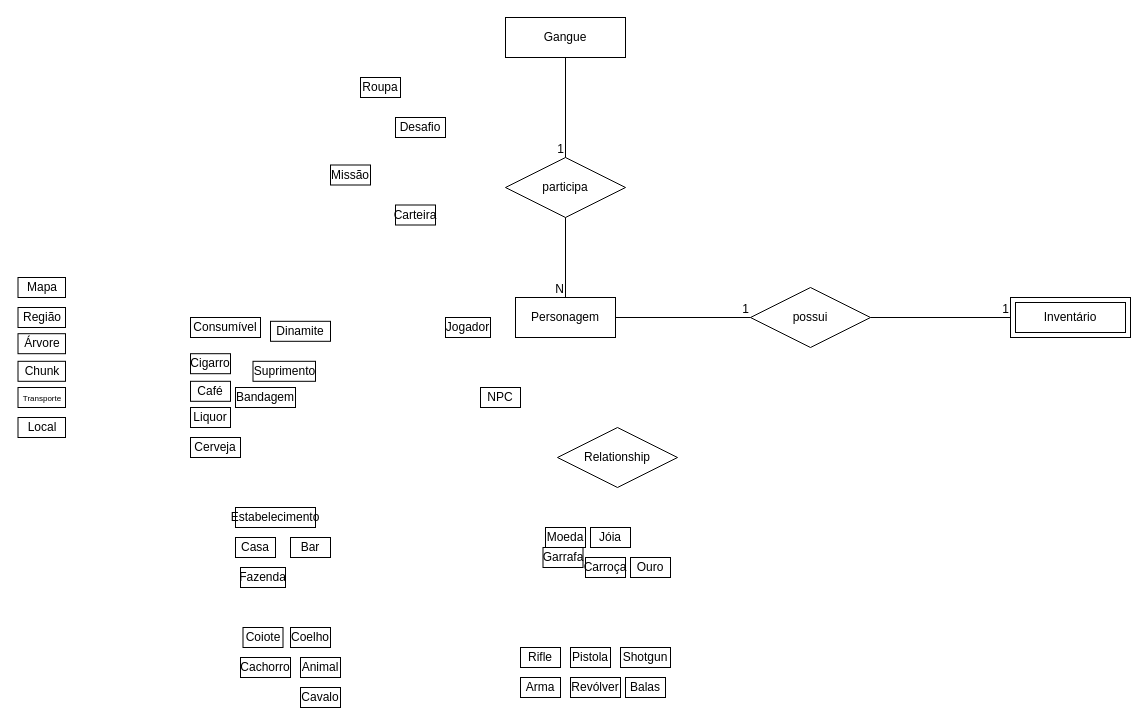
Above: assets/img/Untitled Diagram.drawio in SBD1/2024.1-Red_Dead_Redemption2 (draw.io), before the change. Source tidied: cells renumbered, new cells numbered last; positions are measured from the earlier drawing's top-left corner, leaving out a move shared by most shapes. Both pictures are drawn from the tidied source at 100%, with x=0, y=0 at pixel (18, 17).
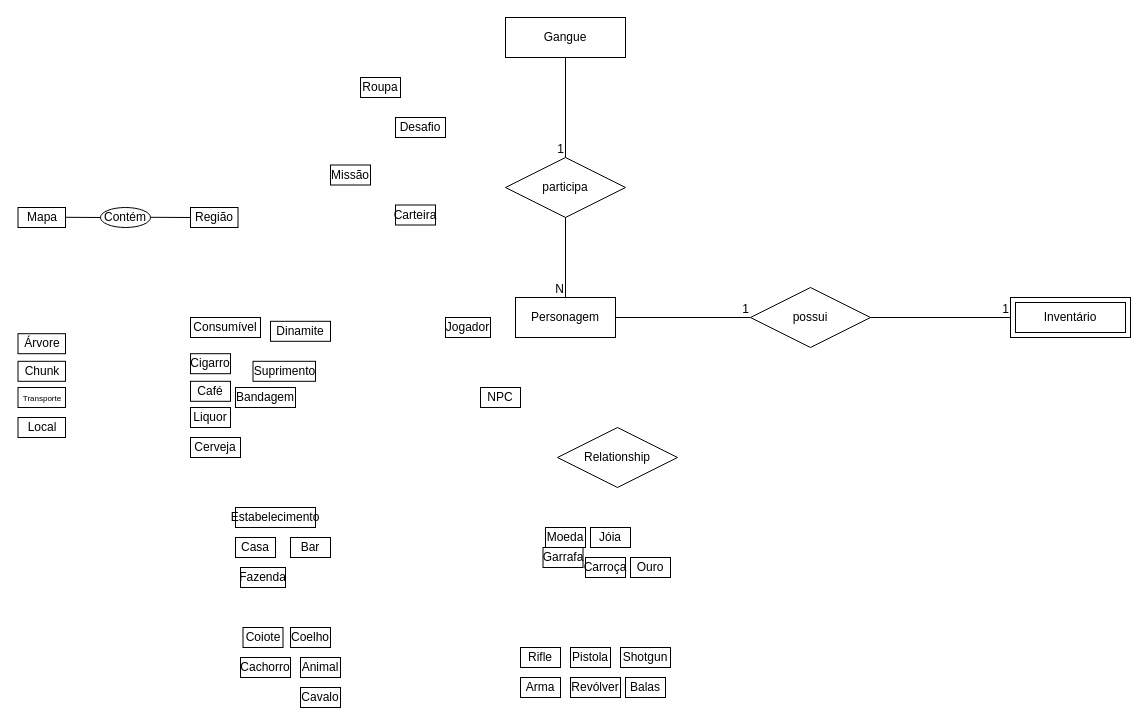
The same diagram, later.

What changed in the source:
```diff
@@
     <mxCell id="44" value="Mapa" style="whiteSpace=wrap;html=1;align=center;" parent="1" vertex="1">
-      <mxGeometry x="-0.5" y="260" width="47.5" height="20" as="geometry" />
+      <mxGeometry x="-0.5" y="190" width="47.5" height="20" as="geometry" />
     </mxCell>
     <mxCell id="45" value="Região" style="whiteSpace=wrap;html=1;align=center;" parent="1" vertex="1">
-      <mxGeometry x="-0.5" y="290" width="47.5" height="20" as="geometry" />
+      <mxGeometry x="172" y="190" width="47.5" height="20" as="geometry" />
     </mxCell>
@@
+    <mxCell id="56" value="Contém" style="ellipse;whiteSpace=wrap;html=1;align=center;" parent="1" vertex="1">
+      <mxGeometry x="82" y="190" width="50" height="20" as="geometry" />
+    </mxCell>
@@
+    <mxCell id="57" style="endArrow=none;html=1;rounded=0;entryX=0;entryY=0.5;entryDx=0;entryDy=0;" parent="1" edge="1" target="56">
+      <mxGeometry relative="1" as="geometry">
+        <mxPoint x="47" y="199.8" as="sourcePoint" />
+      </mxGeometry>
+    </mxCell>
+    <mxCell id="58" style="endArrow=none;html=1;rounded=0;" parent="1" edge="1">
+      <mxGeometry relative="1" as="geometry">
+        <mxPoint x="132" y="199.8" as="sourcePoint" />
+        <mxPoint x="172" y="200" as="targetPoint" />
+      </mxGeometry>
+    </mxCell>
```
